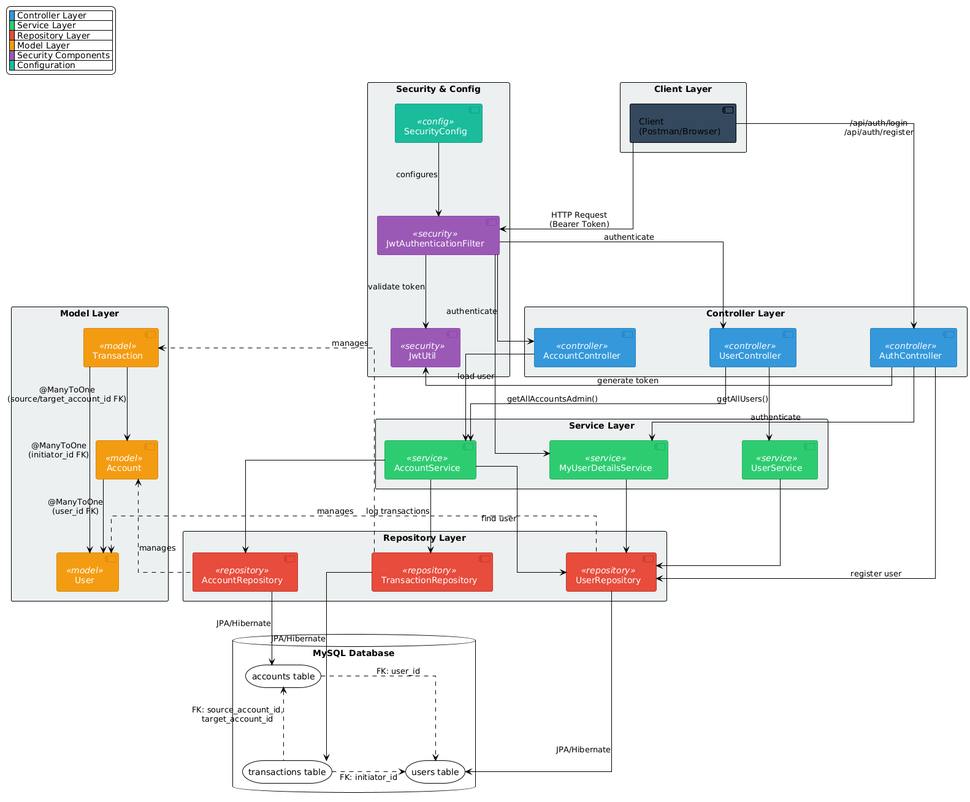
Before: docs/Banking API Architecture.png, a diagram exported from PlantUML (OmarElmelegy/Banking-api).
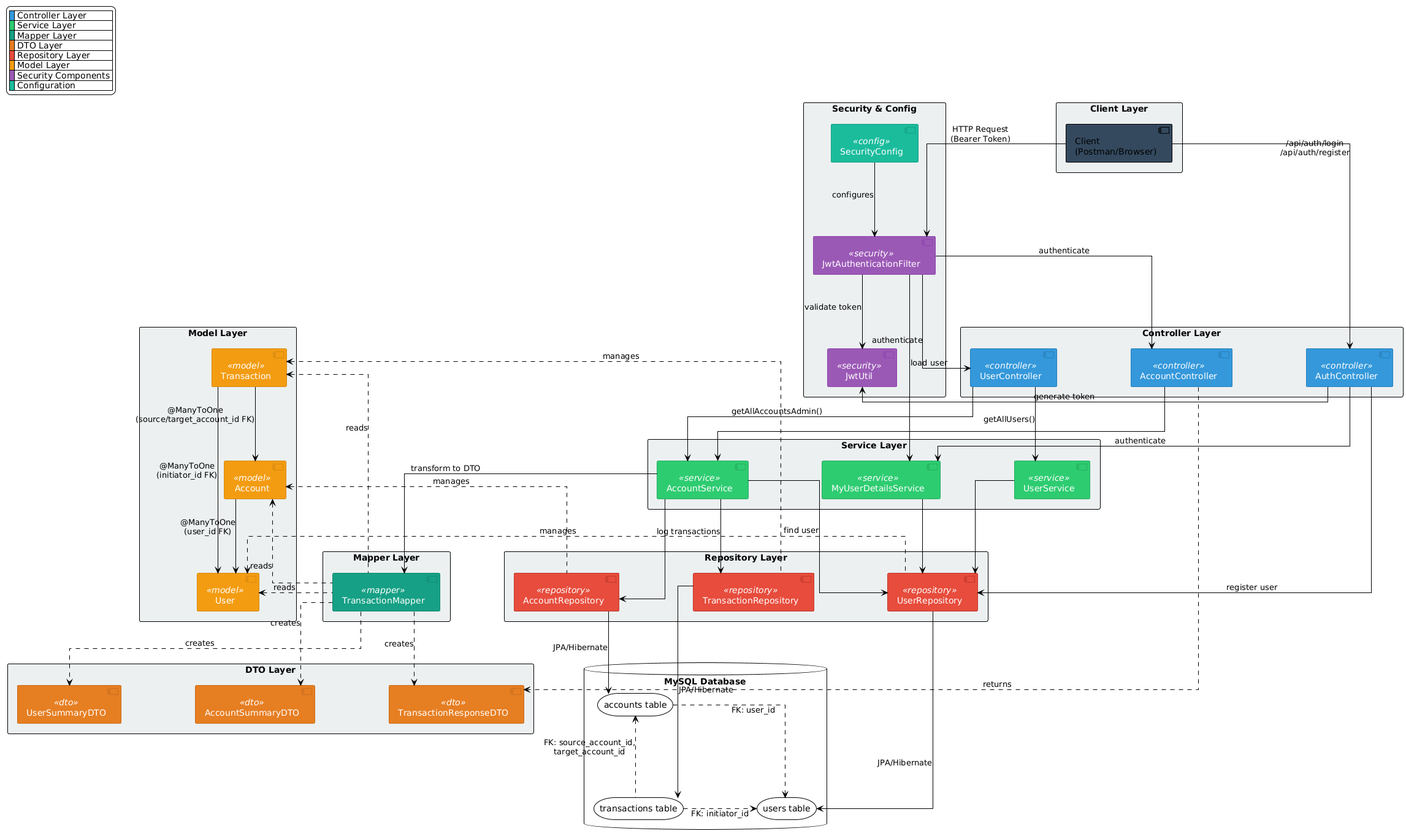
After the change.

Commit message:
docs: Update README and architecture diagram with DTOs and mappers

The edit, as a diff of the source:
```diff
@@ -22,6 +22,14 @@
   BackgroundColor<<model>> #F39C12
   BorderColor<<model>> #D68910
   FontColor<<model>> #FFFFFF
+
+  BackgroundColor<<dto>> #E67E22
+  BorderColor<<dto>> #CA6F1E
+  FontColor<<dto>> #FFFFFF
+
+  BackgroundColor<<mapper>> #16A085
+  BorderColor<<mapper>> #138D75
+  FontColor<<mapper>> #FFFFFF
 
   BackgroundColor<<security>> #9B59B6
   BorderColor<<security>> #8E44AD
@@ -53,6 +61,16 @@
   component [AccountService] <<service>>
   component [UserService] <<service>>
   component [MyUserDetailsService] <<service>>
+}
+
+rectangle "Mapper Layer" #ECF0F1 {
+  component [TransactionMapper] <<mapper>>
+}
+
+rectangle "DTO Layer" #ECF0F1 {
+  component [TransactionResponseDTO] <<dto>>
+  component [AccountSummaryDTO] <<dto>>
+  component [UserSummaryDTO] <<dto>>
 }
 
 rectangle "Repository Layer" #ECF0F1 {
@@ -94,8 +112,19 @@
 AccountService -down-> AccountRepository
 AccountService -down-> UserRepository : find user
 AccountService -down-> TransactionRepository : log transactions
+AccountService -down-> TransactionMapper : transform to DTO
 UserService -down-> UserRepository
 MyUserDetailsService -down-> UserRepository
+
+TransactionMapper .down.> TransactionResponseDTO : creates
+TransactionMapper .down.> AccountSummaryDTO : creates
+TransactionMapper .down.> UserSummaryDTO : creates
+
+TransactionMapper .left.> Transaction : reads
+TransactionMapper .left.> Account : reads
+TransactionMapper .left.> User : reads
+
+AccountController .down.> TransactionResponseDTO : returns
 
 AccountRepository -down-> AccountsDB : JPA/Hibernate
 UserRepository -down-> UsersDB : JPA/Hibernate
@@ -116,6 +145,8 @@
 legend top left
   |<#3498DB>  | Controller Layer |
   |<#2ECC71>  | Service Layer |
+  |<#16A085>  | Mapper Layer |
+  |<#E67E22>  | DTO Layer |
   |<#E74C3C>  | Repository Layer |
   |<#F39C12>  | Model Layer |
   |<#9B59B6>  | Security Components |
```
